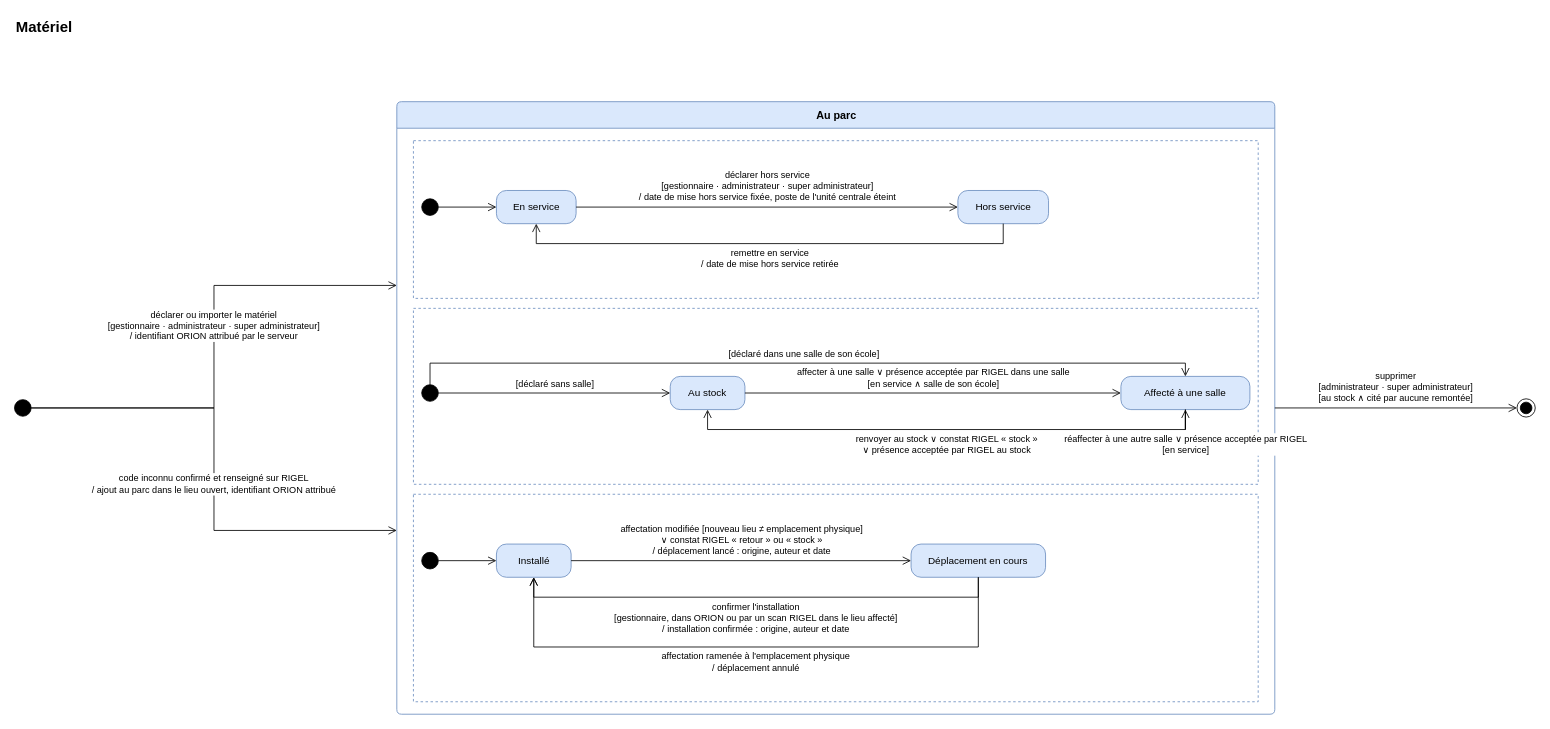
The draw.io diagram page "Matériel" (3 of 4) of docs/02-ANALYSE/03-ANALYSE/01-DIAGRAMMES-ETATS.drawio in bpierrelouis/aster, before the edit. Source tidied: cells renumbered, new cells numbered last; positions are measured from the earlier drawing's top-left corner, leaving out a move shared by most shapes. Both pictures are drawn from the tidied source at 83%, with x=0, y=0 at pixel (14, 14).
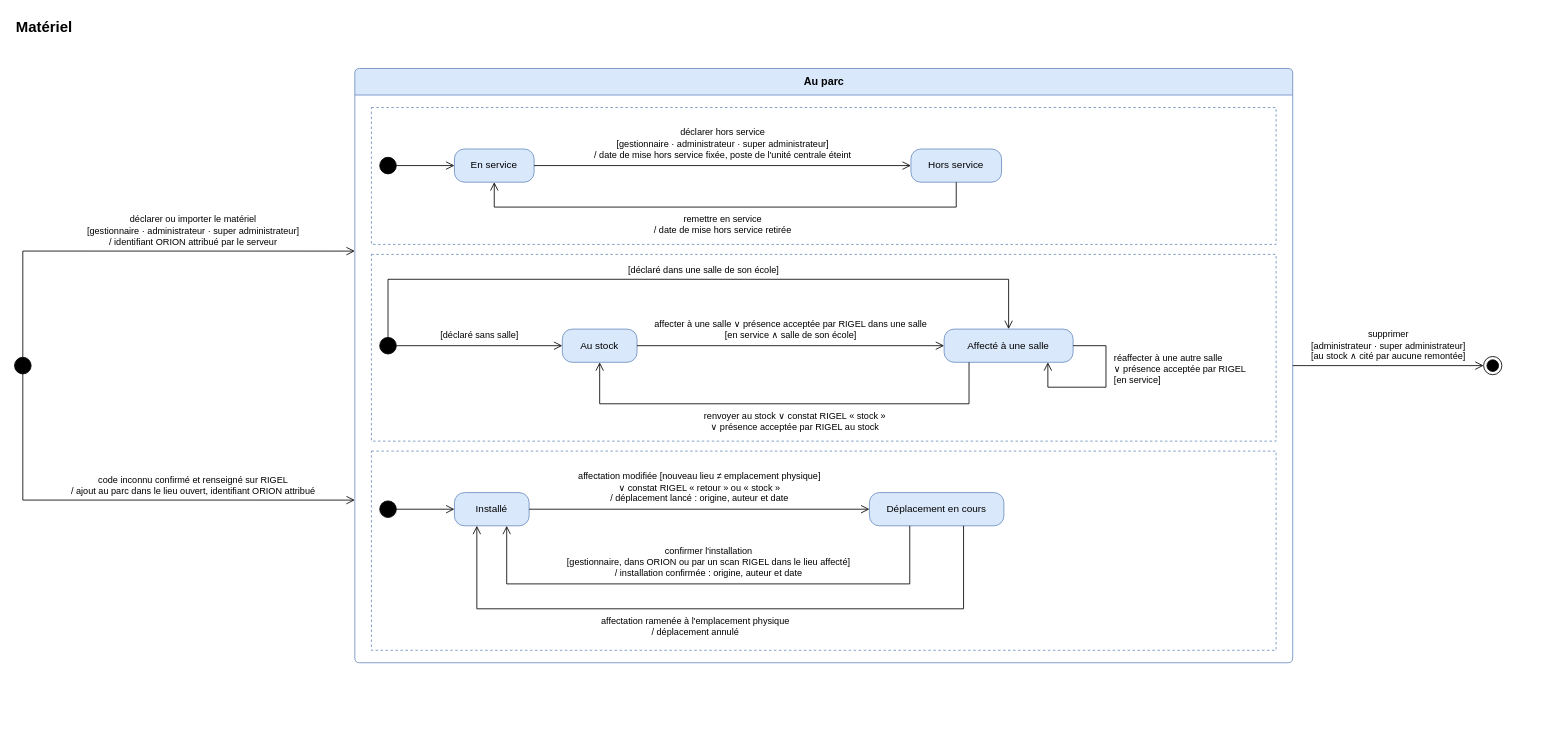
After the change.

What changed in the source:
```diff
@@
     <mxCell id="3" style="ellipse;html=1;fillColor=#000000;strokeColor=#000000;fontSize=11;" parent="1" vertex="1">
-      <mxGeometry y="464" width="20" height="20" as="geometry" />
+      <mxGeometry y="413" width="20" height="20" as="geometry" />
     </mxCell>
     <mxCell id="4" value="Au parc" style="swimlane;html=1;rounded=1;arcSize=6;startSize=32;fontSize=13;fontStyle=1;fillColor=#dae8fc;strokeColor=#6c8ebf;swimlaneFillColor=#ffffff;" parent="1" vertex="1">
-      <mxGeometry x="460.6" y="105" width="1057.8" height="738" as="geometry" />
+      <mxGeometry x="410" y="65" width="1130" height="716" as="geometry" />
     </mxCell>
     <mxCell id="5" style="rounded=0;whiteSpace=wrap;html=1;fillColor=none;dashed=1;strokeColor=#6c8ebf;" parent="4" vertex="1">
-      <mxGeometry x="20" y="47" width="1017.8" height="190" as="geometry" />
+      <mxGeometry x="20" y="47" width="1090" height="165" as="geometry" />
     </mxCell>
     <mxCell id="6" style="ellipse;html=1;fillColor=#000000;strokeColor=#000000;fontSize=11;" parent="5" vertex="1">
-      <mxGeometry x="10" y="70" width="20" height="20" as="geometry" />
+      <mxGeometry x="10" y="60" width="20" height="20" as="geometry" />
     </mxCell>
     <mxCell id="7" value="En service" style="rounded=1;arcSize=30;whiteSpace=wrap;html=1;fontSize=12;fillColor=#dae8fc;strokeColor=#6c8ebf;" parent="5" vertex="1">
-      <mxGeometry x="100" y="60" width="96" height="40" as="geometry" />
+      <mxGeometry x="100" y="50" width="96" height="40" as="geometry" />
     </mxCell>
     <mxCell id="8" value="Hors service" style="rounded=1;arcSize=30;whiteSpace=wrap;html=1;fontSize=12;fillColor=#dae8fc;strokeColor=#6c8ebf;" parent="5" vertex="1">
-      <mxGeometry x="656" y="60" width="109.2" height="40" as="geometry" />
+      <mxGeometry x="650" y="50" width="109.2" height="40" as="geometry" />
     </mxCell>
     <mxCell id="9" style="rounded=0;whiteSpace=wrap;html=1;fillColor=none;dashed=1;strokeColor=#6c8ebf;" parent="4" vertex="1">
-      <mxGeometry x="20" y="249" width="1017.8" height="212" as="geometry" />
+      <mxGeometry x="20" y="224" width="1090" height="225" as="geometry" />
     </mxCell>
     <mxCell id="10" style="ellipse;html=1;fillColor=#000000;strokeColor=#000000;fontSize=11;" parent="9" vertex="1">
-      <mxGeometry x="10" y="92" width="20" height="20" as="geometry" />
+      <mxGeometry x="10" y="100" width="20" height="20" as="geometry" />
     </mxCell>
     <mxCell id="11" value="Au stock" style="rounded=1;arcSize=30;whiteSpace=wrap;html=1;fontSize=12;fillColor=#dae8fc;strokeColor=#6c8ebf;" parent="9" vertex="1">
-      <mxGeometry x="309.4" y="82" width="90" height="40" as="geometry" />
+      <mxGeometry x="230" y="90" width="90" height="40" as="geometry" />
     </mxCell>
     <mxCell id="12" value="Affecté à une salle" style="rounded=1;arcSize=30;whiteSpace=wrap;html=1;fontSize=12;fillColor=#dae8fc;strokeColor=#6c8ebf;" parent="9" vertex="1">
-      <mxGeometry x="852.4" y="82" width="155.4" height="40" as="geometry" />
+      <mxGeometry x="690" y="90" width="155.4" height="40" as="geometry" />
     </mxCell>
     <mxCell id="13" style="rounded=0;whiteSpace=wrap;html=1;fillColor=none;dashed=1;strokeColor=#6c8ebf;" parent="4" vertex="1">
-      <mxGeometry x="20" y="473" width="1017.8" height="250" as="geometry" />
+      <mxGeometry x="20" y="461" width="1090" height="240" as="geometry" />
     </mxCell>
     <mxCell id="14" style="ellipse;html=1;fillColor=#000000;strokeColor=#000000;fontSize=11;" parent="13" vertex="1">
-      <mxGeometry x="10" y="70" width="20" height="20" as="geometry" />
+      <mxGeometry x="10" y="60" width="20" height="20" as="geometry" />
     </mxCell>
     <mxCell id="15" value="Installé" style="rounded=1;arcSize=30;whiteSpace=wrap;html=1;fontSize=12;fillColor=#dae8fc;strokeColor=#6c8ebf;" parent="13" vertex="1">
-      <mxGeometry x="100" y="60" width="90" height="40" as="geometry" />
+      <mxGeometry x="100" y="50" width="90" height="40" as="geometry" />
     </mxCell>
     <mxCell id="16" value="Déplacement en cours" style="rounded=1;arcSize=30;whiteSpace=wrap;html=1;fontSize=12;fillColor=#dae8fc;strokeColor=#6c8ebf;" parent="13" vertex="1">
-      <mxGeometry x="599.6" y="60" width="162" height="40" as="geometry" />
+      <mxGeometry x="600" y="50" width="162" height="40" as="geometry" />
     </mxCell>
     <mxCell id="17" style="ellipse;html=1;shape=endState;fillColor=#000000;strokeColor=#000000;fontSize=11;" parent="1" vertex="1">
-      <mxGeometry x="1810.2" y="463" width="22" height="22" as="geometry" />
+      <mxGeometry x="1770" y="412" width="22" height="22" as="geometry" />
     </mxCell>
-    <mxCell id="18" value="déclarer ou importer le matériel&lt;br&gt;[gestionnaire · administrateur · super administrateur]&lt;br&gt;/ identifiant ORION attribué par le serveur" style="edgeStyle=orthogonalEdgeStyle;endArrow=open;endSize=8;html=1;rounded=0;fontSize=11;labelBackgroundColor=#ffffff;exitX=1;exitY=0.5;exitDx=0;exitDy=0;entryX=0;entryY=0.3;entryDx=0;entryDy=0;" parent="1" edge="1" source="3" target="4">
+    <mxCell id="18" style="edgeStyle=none;endArrow=open;endSize=8;html=1;rounded=0;fontSize=11;labelBackgroundColor=#ffffff;exitX=0.5;exitY=0;exitDx=0;exitDy=0;entryX=0;entryY=0.3073;entryDx=0;entryDy=0;" parent="1" edge="1" source="3" target="4">
       <mxGeometry relative="1" as="geometry">
-        <mxPoint y="-25" as="offset" />
+        <Array as="points">
+          <mxPoint x="10" y="285" />
+        </Array>
       </mxGeometry>
     </mxCell>
-    <mxCell id="19" value="code inconnu confirmé et renseigné sur RIGEL&lt;br&gt;/ ajout au parc dans le lieu ouvert, identifiant ORION attribué" style="edgeStyle=orthogonalEdgeStyle;endArrow=open;endSize=8;html=1;rounded=0;fontSize=11;labelBackgroundColor=#ffffff;exitX=1;exitY=0.5;exitDx=0;exitDy=0;entryX=0;entryY=0.7;entryDx=0;entryDy=0;" parent="1" edge="1" source="3" target="4">
+    <mxCell id="19" style="edgeStyle=none;endArrow=open;endSize=8;html=1;rounded=0;fontSize=11;labelBackgroundColor=#ffffff;exitX=0.5;exitY=1;exitDx=0;exitDy=0;entryX=0;entryY=0.7263;entryDx=0;entryDy=0;" parent="1" edge="1" source="3" target="4">
       <mxGeometry relative="1" as="geometry">
-        <mxPoint y="18" as="offset" />
+        <Array as="points">
+          <mxPoint x="10" y="585" />
+        </Array>
       </mxGeometry>
     </mxCell>
-    <mxCell id="20" value="supprimer&lt;br&gt;[administrateur · super administrateur]&lt;br&gt;[au stock ∧ cité par aucune remontée]" style="edgeStyle=orthogonalEdgeStyle;endArrow=open;endSize=8;html=1;rounded=0;fontSize=11;labelBackgroundColor=#ffffff;exitX=1;exitY=0.5;exitDx=0;exitDy=0;entryX=0;entryY=0.5;entryDx=0;entryDy=0;" parent="1" edge="1" source="4" target="17">
-      <mxGeometry relative="1" as="geometry">
-        <mxPoint y="-25" as="offset" />
-      </mxGeometry>
+    <mxCell id="20" style="edgeStyle=none;endArrow=open;endSize=8;html=1;rounded=0;fontSize=11;labelBackgroundColor=#ffffff;exitX=1;exitY=0.5;exitDx=0;exitDy=0;entryX=0;entryY=0.5;entryDx=0;entryDy=0;" parent="1" edge="1" source="4" target="17">
+      <mxGeometry relative="1" as="geometry" />
     </mxCell>
-    <mxCell id="21" style="edgeStyle=orthogonalEdgeStyle;endArrow=open;endSize=8;html=1;rounded=0;fontSize=11;labelBackgroundColor=#ffffff;exitX=1;exitY=0.5;exitDx=0;exitDy=0;entryX=0;entryY=0.5;entryDx=0;entryDy=0;" parent="1" edge="1" source="6" target="7">
+    <mxCell id="21" style="edgeStyle=none;endArrow=open;endSize=8;html=1;rounded=0;fontSize=11;labelBackgroundColor=#ffffff;exitX=1;exitY=0.5;exitDx=0;exitDy=0;entryX=0;entryY=0.5;entryDx=0;entryDy=0;" parent="5" edge="1" source="6" target="7">
       <mxGeometry relative="1" as="geometry" />
     </mxCell>
-    <mxCell id="22" value="déclarer hors service&lt;br&gt;[gestionnaire · administrateur · super administrateur]&lt;br&gt;/ date de mise hors service fixée, poste de l'unité centrale éteint" style="edgeStyle=orthogonalEdgeStyle;endArrow=open;endSize=8;html=1;rounded=0;fontSize=11;labelBackgroundColor=#ffffff;exitX=1;exitY=0.5;exitDx=0;exitDy=0;entryX=0;entryY=0.5;entryDx=0;entryDy=0;" parent="1" edge="1" source="7" target="8">
-      <mxGeometry relative="1" as="geometry">
-        <mxPoint y="-25" as="offset" />
-      </mxGeometry>
+    <mxCell id="22" style="edgeStyle=none;endArrow=open;endSize=8;html=1;rounded=0;fontSize=11;labelBackgroundColor=#ffffff;exitX=1;exitY=0.5;exitDx=0;exitDy=0;entryX=0;entryY=0.5;entryDx=0;entryDy=0;" parent="5" edge="1" source="7" target="8">
+      <mxGeometry relative="1" as="geometry" />
     </mxCell>
-    <mxCell id="23" value="remettre en service&lt;br&gt;/ date de mise hors service retirée" style="edgeStyle=orthogonalEdgeStyle;endArrow=open;endSize=8;html=1;rounded=0;fontSize=11;labelBackgroundColor=#ffffff;exitX=0.5;exitY=1;exitDx=0;exitDy=0;entryX=0.5;entryY=1;entryDx=0;entryDy=0;" parent="1" edge="1" source="8" target="7">
+    <mxCell id="23" style="edgeStyle=none;endArrow=open;endSize=8;html=1;rounded=0;fontSize=11;labelBackgroundColor=#ffffff;exitX=0.5;exitY=1;exitDx=0;exitDy=0;entryX=0.5;entryY=1;entryDx=0;entryDy=0;" parent="5" edge="1" source="8" target="7">
       <mxGeometry relative="1" as="geometry">
         <Array as="points">
-          <mxPoint x="1191.2" y="276" />
-          <mxPoint x="628.6" y="276" />
+          <mxPoint x="704.6" y="120" />
+          <mxPoint x="148" y="120" />
         </Array>
-        <mxPoint y="18" as="offset" />
       </mxGeometry>
     </mxCell>
-    <mxCell id="24" value="[déclaré sans salle]" style="edgeStyle=orthogonalEdgeStyle;endArrow=open;endSize=8;html=1;rounded=0;fontSize=11;labelBackgroundColor=#ffffff;exitX=1;exitY=0.5;exitDx=0;exitDy=0;entryX=0;entryY=0.5;entryDx=0;entryDy=0;" parent="1" edge="1" source="10" target="11">
-      <mxGeometry relative="1" as="geometry">
-        <mxPoint y="-11" as="offset" />
-      </mxGeometry>
+    <mxCell id="24" style="edgeStyle=none;endArrow=open;endSize=8;html=1;rounded=0;fontSize=11;labelBackgroundColor=#ffffff;exitX=1;exitY=0.5;exitDx=0;exitDy=0;entryX=0;entryY=0.5;entryDx=0;entryDy=0;" parent="9" edge="1" source="10" target="11">
+      <mxGeometry relative="1" as="geometry" />
     </mxCell>
-    <mxCell id="25" value="[déclaré dans une salle de son école]" style="edgeStyle=orthogonalEdgeStyle;endArrow=open;endSize=8;html=1;rounded=0;fontSize=11;labelBackgroundColor=#ffffff;exitX=0.5;exitY=0;exitDx=0;exitDy=0;entryX=0.5;entryY=0;entryDx=0;entryDy=0;" parent="1" edge="1" source="10" target="12">
+    <mxCell id="25" style="edgeStyle=none;endArrow=open;endSize=8;html=1;rounded=0;fontSize=11;labelBackgroundColor=#ffffff;exitX=0.5;exitY=0;exitDx=0;exitDy=0;entryX=0.5;entryY=0;entryDx=0;entryDy=0;" parent="9" edge="1" source="10" target="12">
       <mxGeometry relative="1" as="geometry">
         <Array as="points">
-          <mxPoint x="500.6" y="420" />
-          <mxPoint x="1410.7" y="420" />
+          <mxPoint x="20" y="30" />
+          <mxPoint x="767.7" y="30" />
         </Array>
-        <mxPoint y="-11" as="offset" />
       </mxGeometry>
     </mxCell>
-    <mxCell id="26" value="affecter à une salle ∨ présence acceptée par RIGEL dans une salle&lt;br&gt;[en service ∧ salle de son école]" style="edgeStyle=orthogonalEdgeStyle;endArrow=open;endSize=8;html=1;rounded=0;fontSize=11;labelBackgroundColor=#ffffff;exitX=1;exitY=0.5;exitDx=0;exitDy=0;entryX=0;entryY=0.5;entryDx=0;entryDy=0;" parent="1" edge="1" source="11" target="12">
-      <mxGeometry relative="1" as="geometry">
-        <mxPoint y="-18" as="offset" />
-      </mxGeometry>
+    <mxCell id="26" style="edgeStyle=none;endArrow=open;endSize=8;html=1;rounded=0;fontSize=11;labelBackgroundColor=#ffffff;exitX=1;exitY=0.5;exitDx=0;exitDy=0;entryX=0;entryY=0.5;entryDx=0;entryDy=0;" parent="9" edge="1" source="11" target="12">
+      <mxGeometry relative="1" as="geometry" />
     </mxCell>
-    <mxCell id="27" value="réaffecter à une autre salle ∨ présence acceptée par RIGEL&lt;br&gt;[en service]" style="edgeStyle=orthogonalEdgeStyle;endArrow=open;endSize=8;html=1;rounded=0;fontSize=11;labelBackgroundColor=#ffffff;exitX=0.5;exitY=1;exitDx=0;exitDy=0;entryX=0.5;entryY=1;entryDx=0;entryDy=0;" parent="1" edge="1" source="12" target="12">
+    <mxCell id="27" style="edgeStyle=none;endArrow=open;endSize=8;html=1;rounded=0;fontSize=11;labelBackgroundColor=#ffffff;exitX=1;exitY=0.5;exitDx=0;exitDy=0;entryX=0.8044;entryY=1;entryDx=0;entryDy=0;" parent="9" edge="1" source="12" target="12">
       <mxGeometry relative="1" as="geometry">
         <Array as="points">
-          <mxPoint x="1410.7" y="500" />
-          <mxPoint x="1410.7" y="500" />
+          <mxPoint x="885" y="110" />
+          <mxPoint x="885" y="160" />
+          <mxPoint x="815" y="160" />
         </Array>
-        <mxPoint y="18" as="offset" />
       </mxGeometry>
     </mxCell>
-    <mxCell id="28" value="renvoyer au stock ∨ constat RIGEL « stock »&lt;br&gt;∨ présence acceptée par RIGEL au stock" style="edgeStyle=orthogonalEdgeStyle;endArrow=open;endSize=8;html=1;rounded=0;fontSize=11;labelBackgroundColor=#ffffff;exitX=0.5;exitY=1;exitDx=0;exitDy=0;entryX=0.5;entryY=1;entryDx=0;entryDy=0;" parent="1" edge="1" source="12" target="11">
+    <mxCell id="28" style="edgeStyle=none;endArrow=open;endSize=8;html=1;rounded=0;fontSize=11;labelBackgroundColor=#ffffff;exitX=0.1931;exitY=1;exitDx=0;exitDy=0;entryX=0.5;entryY=1;entryDx=0;entryDy=0;" parent="9" edge="1" source="12" target="11">
       <mxGeometry relative="1" as="geometry">
         <Array as="points">
-          <mxPoint x="1410.7" y="500" />
-          <mxPoint x="835" y="500" />
+          <mxPoint x="720" y="180" />
+          <mxPoint x="275" y="180" />
         </Array>
-        <mxPoint y="18" as="offset" />
       </mxGeometry>
     </mxCell>
-    <mxCell id="29" style="edgeStyle=orthogonalEdgeStyle;endArrow=open;endSize=8;html=1;rounded=0;fontSize=11;labelBackgroundColor=#ffffff;exitX=1;exitY=0.5;exitDx=0;exitDy=0;entryX=0;entryY=0.5;entryDx=0;entryDy=0;" parent="1" edge="1" source="14" target="15">
+    <mxCell id="29" style="edgeStyle=none;endArrow=open;endSize=8;html=1;rounded=0;fontSize=11;labelBackgroundColor=#ffffff;exitX=1;exitY=0.5;exitDx=0;exitDy=0;entryX=0;entryY=0.5;entryDx=0;entryDy=0;" parent="13" edge="1" source="14" target="15">
       <mxGeometry relative="1" as="geometry" />
     </mxCell>
-    <mxCell id="30" value="affectation modifiée [nouveau lieu ≠ emplacement physique]&lt;br&gt;∨ constat RIGEL « retour » ou « stock »&lt;br&gt;/ déplacement lancé : origine, auteur et date" style="edgeStyle=orthogonalEdgeStyle;endArrow=open;endSize=8;html=1;rounded=0;fontSize=11;labelBackgroundColor=#ffffff;exitX=1;exitY=0.5;exitDx=0;exitDy=0;entryX=0;entryY=0.5;entryDx=0;entryDy=0;" parent="1" edge="1" source="15" target="16">
-      <mxGeometry relative="1" as="geometry">
-        <mxPoint y="-25" as="offset" />
-      </mxGeometry>
+    <mxCell id="30" style="edgeStyle=none;endArrow=open;endSize=8;html=1;rounded=0;fontSize=11;labelBackgroundColor=#ffffff;exitX=1;exitY=0.5;exitDx=0;exitDy=0;entryX=0;entryY=0.5;entryDx=0;entryDy=0;" parent="13" edge="1" source="15" target="16">
+      <mxGeometry relative="1" as="geometry" />
     </mxCell>
-    <mxCell id="31" value="confirmer l'installation&lt;br&gt;[gestionnaire, dans ORION ou par un scan RIGEL dans le lieu affecté]&lt;br&gt;/ installation confirmée : origine, auteur et date" style="edgeStyle=orthogonalEdgeStyle;endArrow=open;endSize=8;html=1;rounded=0;fontSize=11;labelBackgroundColor=#ffffff;exitX=0.5;exitY=1;exitDx=0;exitDy=0;entryX=0.5;entryY=1;entryDx=0;entryDy=0;" parent="1" edge="1" source="16" target="15">
+    <mxCell id="31" style="edgeStyle=none;endArrow=open;endSize=8;html=1;rounded=0;fontSize=11;labelBackgroundColor=#ffffff;exitX=0.3;exitY=1;exitDx=0;exitDy=0;entryX=0.7;entryY=1;entryDx=0;entryDy=0;" parent="13" edge="1" source="16" target="15">
       <mxGeometry relative="1" as="geometry">
         <Array as="points">
-          <mxPoint x="1161.2" y="702" />
-          <mxPoint x="625.6" y="702" />
+          <mxPoint x="648.6" y="160" />
+          <mxPoint x="163" y="160" />
         </Array>
-        <mxPoint y="25" as="offset" />
       </mxGeometry>
     </mxCell>
-    <mxCell id="32" value="affectation ramenée à l'emplacement physique&lt;br&gt;/ déplacement annulé" style="edgeStyle=orthogonalEdgeStyle;endArrow=open;endSize=8;html=1;rounded=0;fontSize=11;labelBackgroundColor=#ffffff;exitX=0.5;exitY=1;exitDx=0;exitDy=0;entryX=0.5;entryY=1;entryDx=0;entryDy=0;" parent="1" edge="1" source="16" target="15">
+    <mxCell id="32" style="edgeStyle=none;endArrow=open;endSize=8;html=1;rounded=0;fontSize=11;labelBackgroundColor=#ffffff;exitX=0.7;exitY=1;exitDx=0;exitDy=0;entryX=0.3;entryY=1;entryDx=0;entryDy=0;" parent="13" edge="1" source="16" target="15">
       <mxGeometry relative="1" as="geometry">
         <Array as="points">
-          <mxPoint x="1161.2" y="762" />
-          <mxPoint x="625.6" y="762" />
+          <mxPoint x="713.4" y="190" />
+          <mxPoint x="127" y="190" />
         </Array>
-        <mxPoint y="18" as="offset" />
       </mxGeometry>
     </mxCell>
+    <mxCell id="33" value="déclarer hors service&lt;br&gt;[gestionnaire · administrateur · super administrateur]&lt;br&gt;/ date de mise hors service fixée, poste de l'unité centrale éteint" style="text;html=1;fontSize=11;align=center;verticalAlign=bottom;strokeColor=none;fillColor=none;spacing=0;" parent="5" vertex="1">
+      <mxGeometry x="206" y="18" width="434" height="46" as="geometry" />
+    </mxCell>
+    <mxCell id="34" value="remettre en service&lt;br&gt;/ date de mise hors service retirée" style="text;html=1;fontSize=11;align=center;verticalAlign=top;strokeColor=none;fillColor=none;spacing=0;" parent="5" vertex="1">
+      <mxGeometry x="206" y="124" width="434" height="32" as="geometry" />
+    </mxCell>
+    <mxCell id="35" value="[déclaré sans salle]" style="text;html=1;fontSize=11;align=center;verticalAlign=bottom;strokeColor=none;fillColor=none;spacing=0;" parent="9" vertex="1">
+      <mxGeometry x="40" y="88" width="180" height="16" as="geometry" />
+    </mxCell>
+    <mxCell id="36" value="[déclaré dans une salle de son école]" style="text;html=1;fontSize=11;align=center;verticalAlign=bottom;strokeColor=none;fillColor=none;spacing=0;" parent="9" vertex="1">
+      <mxGeometry x="200" y="10" width="400" height="16" as="geometry" />
+    </mxCell>
+    <mxCell id="37" value="affecter à une salle ∨ présence acceptée par RIGEL dans une salle&lt;br&gt;[en service ∧ salle de son école]" style="text;html=1;fontSize=11;align=center;verticalAlign=bottom;strokeColor=none;fillColor=none;spacing=0;" parent="9" vertex="1">
+      <mxGeometry x="330" y="72" width="350" height="32" as="geometry" />
+    </mxCell>
+    <mxCell id="38" value="réaffecter à une autre salle&lt;br&gt;∨ présence acceptée par RIGEL&lt;br&gt;[en service]" style="text;html=1;fontSize=11;align=left;verticalAlign=top;strokeColor=none;fillColor=none;spacing=0;" parent="9" vertex="1">
+      <mxGeometry x="895" y="114" width="185" height="46" as="geometry" />
+    </mxCell>
+    <mxCell id="39" value="renvoyer au stock ∨ constat RIGEL « stock »&lt;br&gt;∨ présence acceptée par RIGEL au stock" style="text;html=1;fontSize=11;align=center;verticalAlign=top;strokeColor=none;fillColor=none;spacing=0;" parent="9" vertex="1">
+      <mxGeometry x="310" y="184" width="400" height="32" as="geometry" />
+    </mxCell>
+    <mxCell id="40" value="affectation modifiée [nouveau lieu ≠ emplacement physique]&lt;br&gt;∨ constat RIGEL « retour » ou « stock »&lt;br&gt;/ déplacement lancé : origine, auteur et date" style="text;html=1;fontSize=11;align=center;verticalAlign=bottom;strokeColor=none;fillColor=none;spacing=0;" parent="13" vertex="1">
+      <mxGeometry x="200" y="18" width="390" height="46" as="geometry" />
+    </mxCell>
+    <mxCell id="41" value="confirmer l'installation&lt;br&gt;[gestionnaire, dans ORION ou par un scan RIGEL dans le lieu affecté]&lt;br&gt;/ installation confirmée : origine, auteur et date" style="text;html=1;fontSize=11;align=center;verticalAlign=bottom;strokeColor=none;fillColor=none;spacing=0;" parent="13" vertex="1">
+      <mxGeometry x="173" y="108" width="465" height="46" as="geometry" />
+    </mxCell>
+    <mxCell id="42" value="affectation ramenée à l'emplacement physique&lt;br&gt;/ déplacement annulé" style="text;html=1;fontSize=11;align=center;verticalAlign=top;strokeColor=none;fillColor=none;spacing=0;" parent="13" vertex="1">
+      <mxGeometry x="180" y="194" width="420" height="32" as="geometry" />
+    </mxCell>
+    <mxCell id="43" value="déclarer ou importer le matériel&lt;br&gt;[gestionnaire · administrateur · super administrateur]&lt;br&gt;/ identifiant ORION attribué par le serveur" style="text;html=1;fontSize=11;align=center;verticalAlign=bottom;strokeColor=none;fillColor=none;spacing=0;" parent="1" vertex="1">
+      <mxGeometry x="30" y="235" width="370" height="46" as="geometry" />
+    </mxCell>
+    <mxCell id="44" value="code inconnu confirmé et renseigné sur RIGEL&lt;br&gt;/ ajout au parc dans le lieu ouvert, identifiant ORION attribué" style="text;html=1;fontSize=11;align=center;verticalAlign=bottom;strokeColor=none;fillColor=none;spacing=0;" parent="1" vertex="1">
+      <mxGeometry x="30" y="551" width="370" height="30" as="geometry" />
+    </mxCell>
+    <mxCell id="45" value="supprimer&lt;br&gt;[administrateur · super administrateur]&lt;br&gt;[au stock ∧ cité par aucune remontée]" style="text;html=1;fontSize=11;align=center;verticalAlign=bottom;strokeColor=none;fillColor=none;spacing=0;" parent="1" vertex="1">
+      <mxGeometry x="1550" y="373" width="210" height="46" as="geometry" />
+    </mxCell>
```
